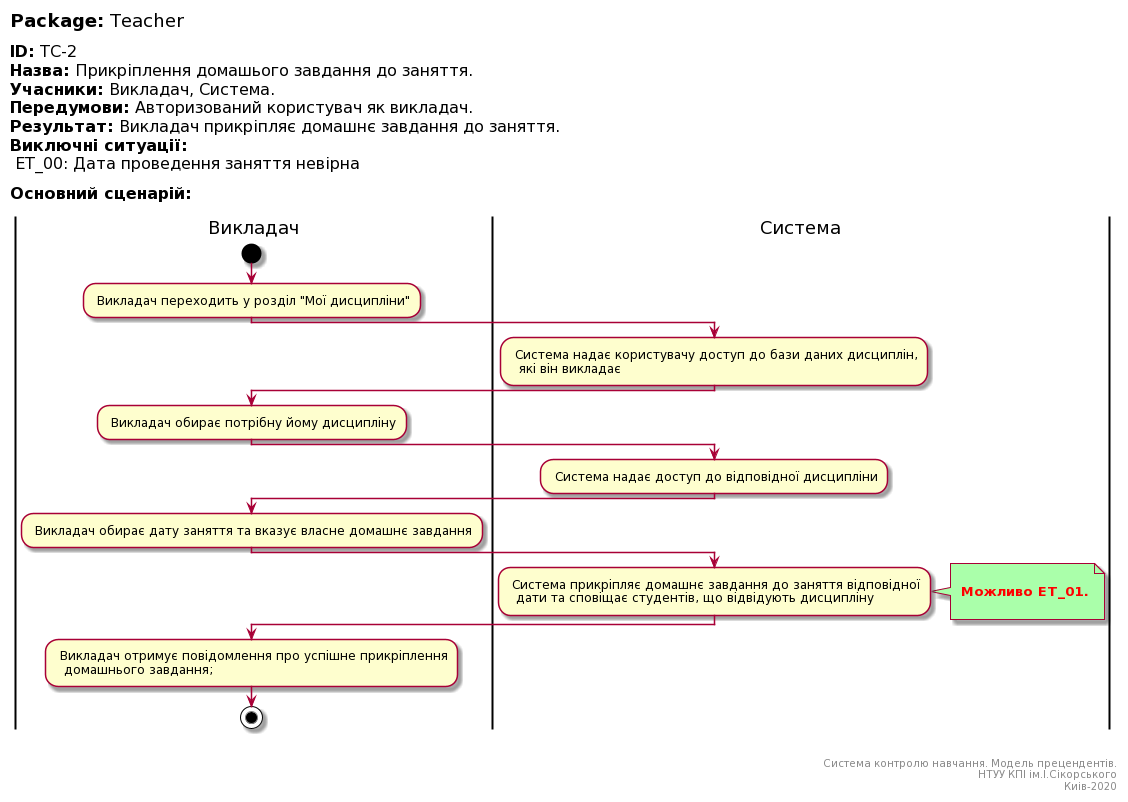
Above: docs/UML_Diagrams/scenarios/teacher/attach_materials.png in Koroliuk/TeamOne (PlantUML), before the change. The source it was exported from:
```plantuml
@startuml
left header
<font color=000 size=18><b>Package:</b> Teacher

<font color=000 size=16><b>ID:</b> TC-2
<font color=000 size=16><b>Назва:</b> Прикріплення домашього завдання до заняття.
<font color=000 size=16><b>Учасники:</b> Викладач, Система.
<font color=000 size=16><b>Передумови:</b> Авторизований користувач як викладач.
<font color=000 size=16><b>Результат:</b> Викладач прикріпляє домашнє завдання до заняття.
<font color=000 size=16><b>Виключні ситуації:</b>
<font color=000 size=16> ET_00: Дата проведення заняття невірна

<font color=000 size=16><b>Основний сценарій:</b>

end header

|Викладач|
start
: Викладач переходить у розділ "Мої дисципліни";

|Система|
: Система надає користувачу доступ до бази даних дисциплін,
  які він викладає;

|Викладач|
: Викладач обирає потрібну йому дисципліну;

|Система|
: Система надає доступ до відповідної дисципліни;

|Викладач|
: Викладач обирає дату заняття та вказує власне домашнє завдання;

|Система|
: Система прикріпляє домашнє завдання до заняття відповідної
  дати та сповіщає студентів, що відвідують дисципліну;
note right #aaffaa

<font color=red><b> Можливо ET_01.

end note

|Викладач|
: Викладач отримує повідомлення про успішне прикріплення
  домашнього завдання;

stop;

right footer


Система контролю навчання. Модель прецендентів.
НТУУ КПІ ім.І.Сікорського
Киів-2020
end footer
@enduml
```
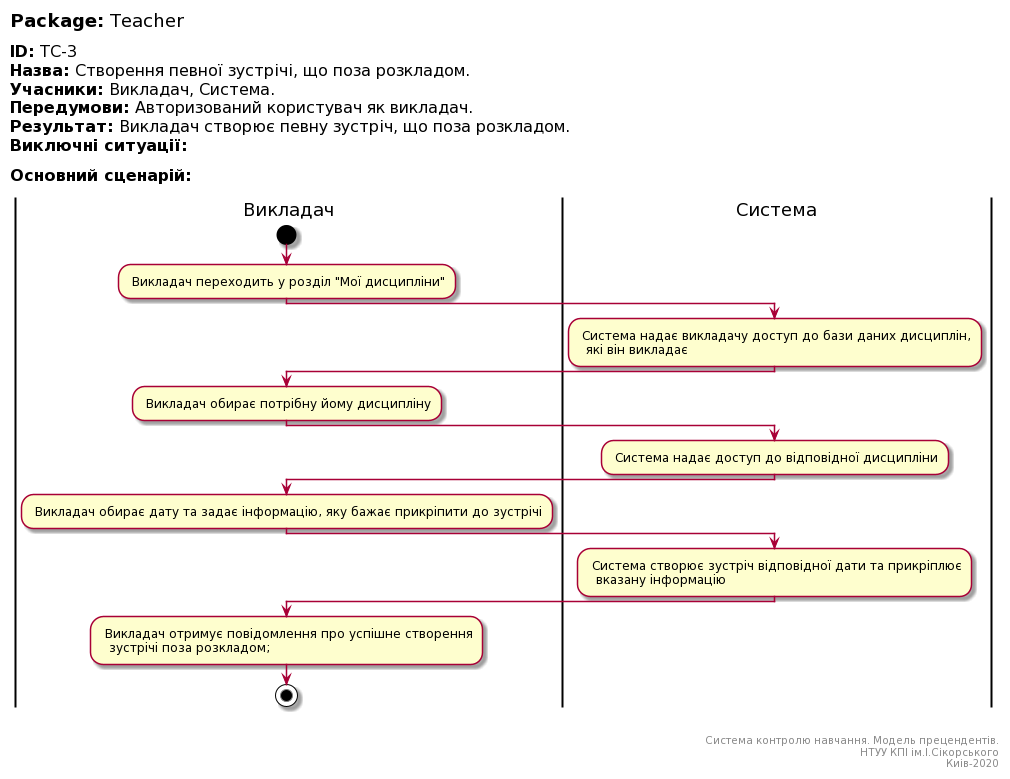
The same diagram one commit later.

What changed in the source:
```diff
@@ -2,13 +2,12 @@
 left header
 <font color=000 size=18><b>Package:</b> Teacher
 
-<font color=000 size=16><b>ID:</b> TC-2
-<font color=000 size=16><b>Назва:</b> Прикріплення домашього завдання до заняття.
+<font color=000 size=16><b>ID:</b> TC-3
+<font color=000 size=16><b>Назва:</b> Cтворення певної зустрічі, що поза розкладом.
 <font color=000 size=16><b>Учасники:</b> Викладач, Система.
 <font color=000 size=16><b>Передумови:</b> Авторизований користувач як викладач.
-<font color=000 size=16><b>Результат:</b> Викладач прикріпляє домашнє завдання до заняття.
+<font color=000 size=16><b>Результат:</b> Викладач створює певну зустріч, що поза розкладом.
 <font color=000 size=16><b>Виключні ситуації:</b>
-<font color=000 size=16> ET_00: Дата проведення заняття невірна
 
 <font color=000 size=16><b>Основний сценарій:</b>
 
@@ -19,7 +18,7 @@
 : Викладач переходить у розділ "Мої дисципліни";
 
 |Система|
-: Система надає користувачу доступ до бази даних дисциплін,
+: Система надає викладачу доступ до бази даних дисциплін,
   які він викладає;
 
 |Викладач|
@@ -29,20 +28,16 @@
 : Система надає доступ до відповідної дисципліни;
 
 |Викладач|
-: Викладач обирає дату заняття та вказує власне домашнє завдання;
+
+: Викладач обирає дату та задає інформацію, яку бажає прикріпити до зустрічі;
 
 |Система|
-: Система прикріпляє домашнє завдання до заняття відповідної
-  дати та сповіщає студентів, що відвідують дисципліну;
-note right #aaffaa
-
-<font color=red><b> Можливо ET_01.
-
-end note
+: Система створює зустріч відповідної дати та прикріплює
+  вказану інформацію;
 
 |Викладач|
-: Викладач отримує повідомлення про успішне прикріплення
-  домашнього завдання;
+: Викладач отримує повідомлення про успішне створення
+  зустрічі поза розкладом;
 
 stop;
 
```
